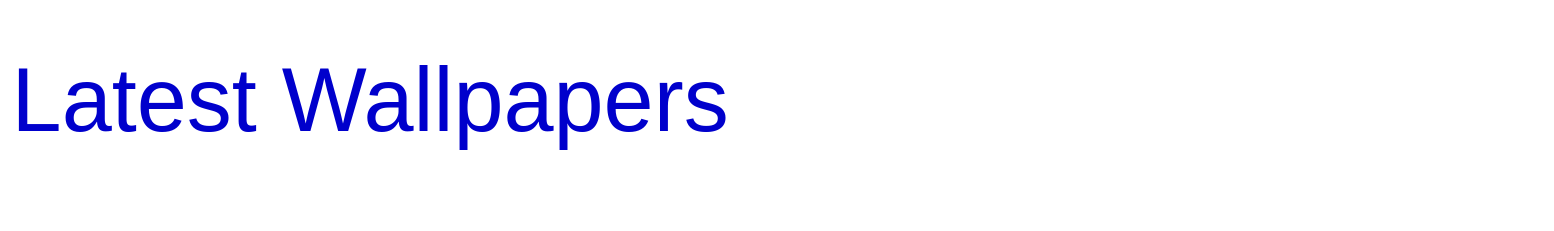
addis-hail/wallpaper-website keeps this draw.io diagram as img/f-t-1-1.drawio. Above is the earlier version. Source tidied: cells renumbered, new cells numbered last; positions are measured from the earlier drawing's top-left corner, leaving out a move shared by most shapes. Both pictures are drawn from the tidied source at 45%, with x=0, y=0 at pixel (8, 82).
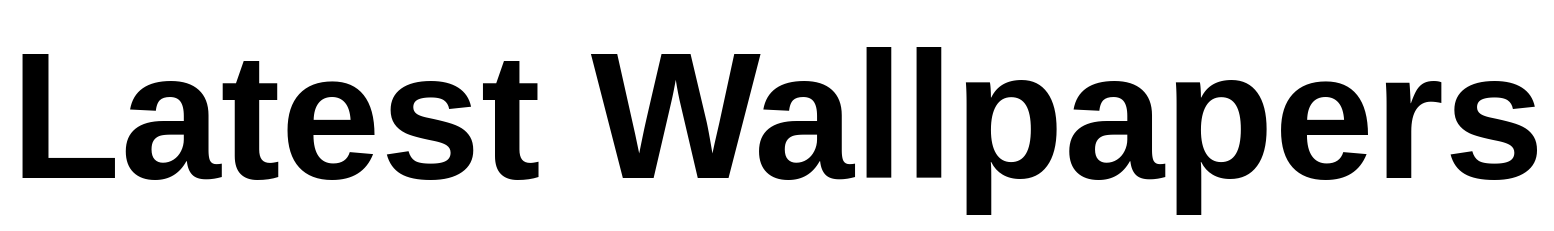
The same page after the edit.

Diff of the diagram source:
```diff
@@
 <mxGraphModel>
   <root>
     <mxCell id="0" />
     <mxCell id="1" parent="0" />
-    <mxCell id="2" value="&lt;font style=&quot;font-size: 200px&quot; color=&quot;#0000cc&quot;&gt;Latest Wallpapers&lt;/font&gt;" style="text;html=1;align=center;verticalAlign=middle;" parent="1" vertex="1">
-      <mxGeometry width="1610" height="80" as="geometry" />
+    <mxCell id="2" value="&lt;font style=&quot;font-size: 400px&quot;&gt;&lt;b&gt;Latest Wallpapers&lt;/b&gt;&lt;/font&gt;" style="text;html=1;align=center;verticalAlign=middle;" parent="1" vertex="1">
+      <mxGeometry width="3420" height="150" as="geometry" />
     </mxCell>
   </root>
 </mxGraphModel>
```
